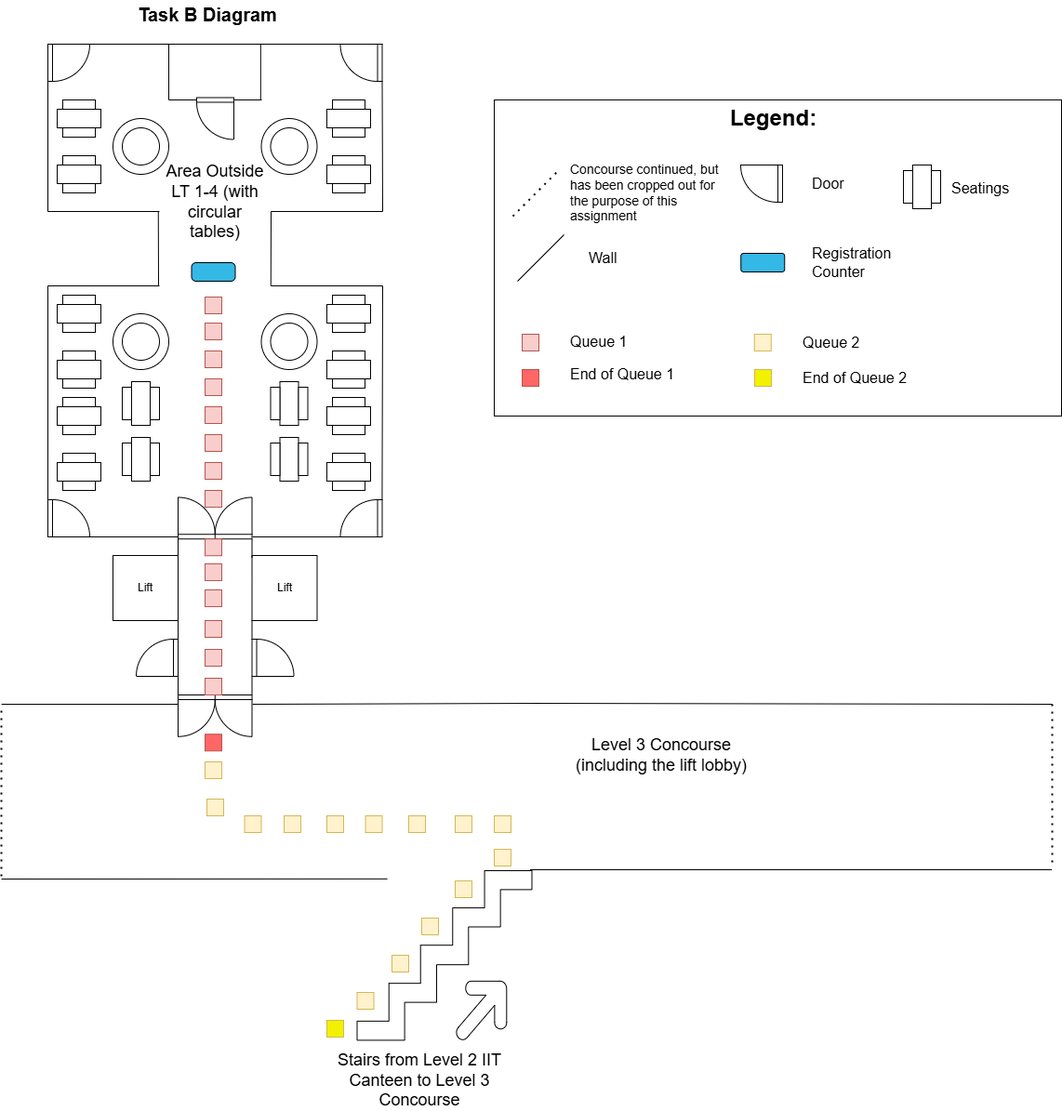
The draw.io diagram DSAG Assignment Task B Daniella.drawio.png in Troaxx/DSAGAssignment1, before a commit. Source tidied: cells renumbered, new cells last; positions are measured from the earlier drawing's top-left corner, leaving out a move shared by most shapes.
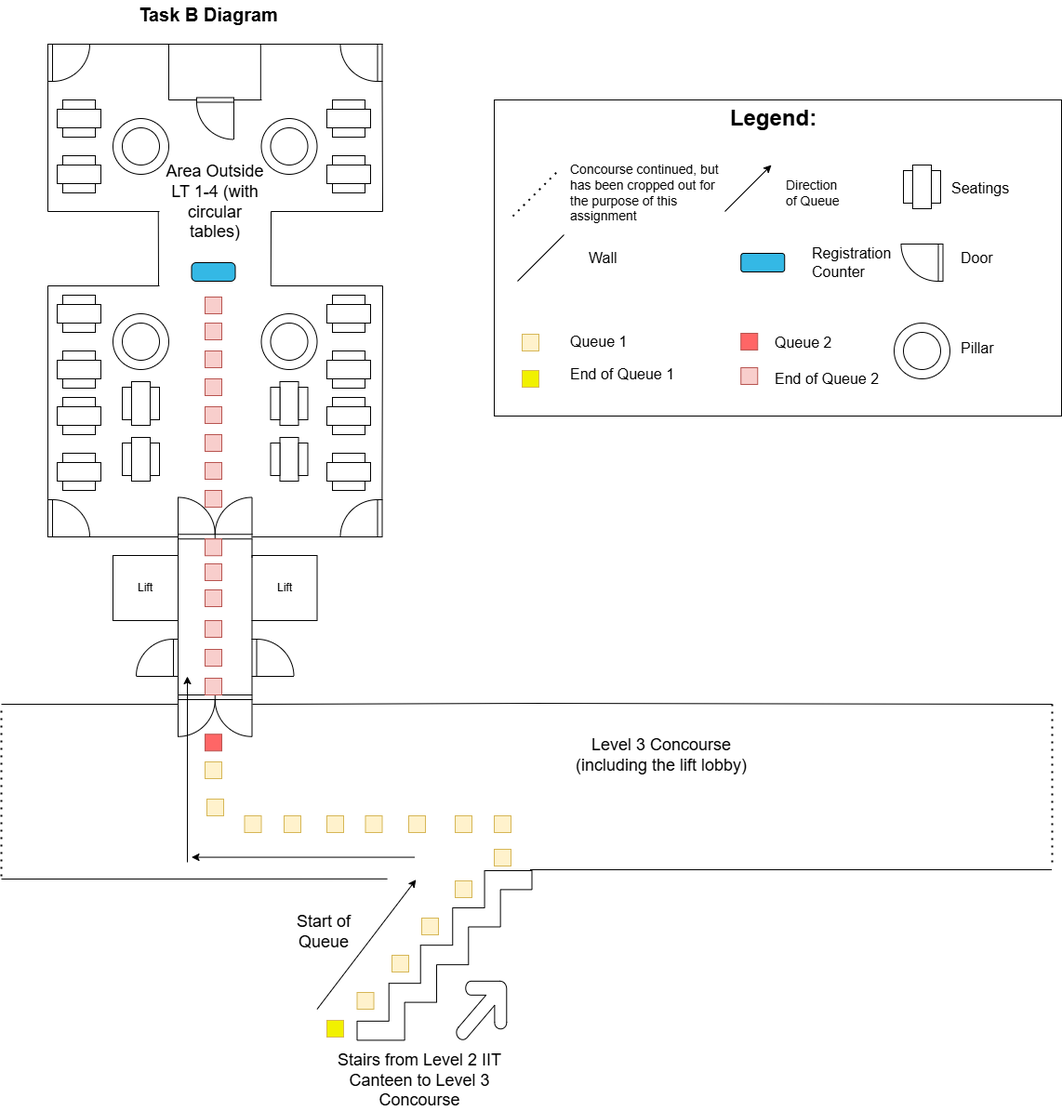
The same file after the commit.

The edit, as a diff of the source:
```diff
@@ -5,9 +5,6 @@
     <mxCell id="2" style="rounded=0;whiteSpace=wrap;html=1;fillColor=none;" parent="1" vertex="1">
       <mxGeometry x="530" y="107" width="610" height="340" as="geometry" />
     </mxCell>
-    <mxCell id="3" style="ellipse;whiteSpace=wrap;html=1;" parent="1" vertex="1">
-      <mxGeometry x="279.5" y="337" width="60" height="60" as="geometry" />
-    </mxCell>
     <mxCell id="4" style="ellipse;whiteSpace=wrap;html=1;" parent="1" vertex="1">
       <mxGeometry x="120" y="337" width="60" height="60" as="geometry" />
     </mxCell>
@@ -20,9 +17,6 @@
     <mxCell id="7" style="ellipse;whiteSpace=wrap;html=1;" parent="1" vertex="1">
       <mxGeometry x="130" y="347" width="40" height="40" as="geometry" />
     </mxCell>
-    <mxCell id="8" style="ellipse;whiteSpace=wrap;html=1;" parent="1" vertex="1">
-      <mxGeometry x="289.5" y="347" width="40" height="40" as="geometry" />
-    </mxCell>
     <mxCell id="9" style="endArrow=none;html=1;rounded=0;" parent="1" edge="1">
       <mxGeometry relative="1" as="geometry">
         <mxPoint x="50" y="47" as="sourcePoint" />
@@ -388,10 +382,10 @@
       <mxGeometry x="630" y="262" width="60" height="30" as="geometry" />
     </mxCell>
     <mxCell id="102" style="verticalLabelPosition=bottom;html=1;verticalAlign=top;align=center;shape=mxgraph.floorplan.doorRight;direction=south;flipH=0;flipV=1;" parent="1" vertex="1">
-      <mxGeometry x="797.5" y="177" width="42.5" height="40" as="geometry" />
+      <mxGeometry x="970" y="262" width="42.5" height="40" as="geometry" />
     </mxCell>
     <mxCell id="103" value="&lt;font style=&quot;font-size: 16px;&quot;&gt;Door&lt;/font&gt;" style="text;html=1;align=left;verticalAlign=middle;whiteSpace=wrap;rounded=0;" parent="1" vertex="1">
-      <mxGeometry x="870" y="182" width="60" height="30" as="geometry" />
+      <mxGeometry x="1030" y="262" width="60" height="30" as="geometry" />
     </mxCell>
     <mxCell id="104" value="&lt;font style=&quot;font-size: 16px;&quot;&gt;Seatings&lt;/font&gt;" style="text;html=1;align=left;verticalAlign=middle;whiteSpace=wrap;rounded=0;" parent="1" vertex="1">
       <mxGeometry x="1020" y="187" width="60" height="30" as="geometry" />
@@ -493,16 +487,16 @@
       <mxGeometry x="221" y="859" width="18" height="18" as="geometry" />
     </mxCell>
     <mxCell id="136" style="whiteSpace=wrap;html=1;fillColor=#f8cecc;strokeColor=#b85450;" parent="1" vertex="1">
-      <mxGeometry x="560" y="359" width="18" height="18" as="geometry" />
+      <mxGeometry x="795.2" y="395" width="18" height="18" as="geometry" />
     </mxCell>
     <mxCell id="137" value="&lt;font style=&quot;font-size: 16px;&quot;&gt;Queue 1&lt;/font&gt;" style="text;html=1;align=left;verticalAlign=middle;whiteSpace=wrap;rounded=0;" parent="1" vertex="1">
       <mxGeometry x="610" y="352" width="70" height="30" as="geometry" />
     </mxCell>
     <mxCell id="138" style="whiteSpace=wrap;html=1;fillColor=#fff2cc;strokeColor=#d6b656;" parent="1" vertex="1">
-      <mxGeometry x="809.8" y="359" width="18" height="18" as="geometry" />
+      <mxGeometry x="560" y="359" width="18" height="18" as="geometry" />
     </mxCell>
     <mxCell id="139" value="&lt;font style=&quot;font-size: 16px;&quot;&gt;Queue 2&lt;/font&gt;" style="text;html=1;align=left;verticalAlign=middle;whiteSpace=wrap;rounded=0;" parent="1" vertex="1">
-      <mxGeometry x="860.5" y="353" width="69.5" height="30" as="geometry" />
+      <mxGeometry x="830" y="353" width="69.5" height="30" as="geometry" />
     </mxCell>
     <mxCell id="140" style="rounded=1;whiteSpace=wrap;html=1;fillColor=light-dark(#34b8e5, #005312);" parent="1" vertex="1">
       <mxGeometry x="795.2" y="272" width="47" height="20" as="geometry" />
@@ -514,16 +508,16 @@
       <mxGeometry x="204.5" y="282" width="47" height="20" as="geometry" />
     </mxCell>
     <mxCell id="143" style="whiteSpace=wrap;html=1;fillColor=#FF6666;strokeColor=#b85450;" parent="1" vertex="1">
-      <mxGeometry x="560" y="397" width="18" height="18" as="geometry" />
+      <mxGeometry x="795.2" y="358" width="18" height="18" as="geometry" />
     </mxCell>
     <mxCell id="144" value="&lt;font style=&quot;font-size: 16px;&quot;&gt;End of Queue 1&lt;/font&gt;" style="text;html=1;align=left;verticalAlign=middle;whiteSpace=wrap;rounded=0;" parent="1" vertex="1">
       <mxGeometry x="610" y="387" width="120" height="30" as="geometry" />
     </mxCell>
     <mxCell id="145" style="whiteSpace=wrap;html=1;fillColor=#F1F100;strokeColor=#d6b656;" parent="1" vertex="1">
-      <mxGeometry x="810" y="397" width="18" height="18" as="geometry" />
+      <mxGeometry x="560" y="398" width="18" height="18" as="geometry" />
     </mxCell>
     <mxCell id="146" value="&lt;font style=&quot;font-size: 16px;&quot;&gt;End of Queue 2&lt;/font&gt;" style="text;html=1;align=left;verticalAlign=middle;whiteSpace=wrap;rounded=0;" parent="1" vertex="1">
-      <mxGeometry x="860.5" y="391" width="120" height="30" as="geometry" />
+      <mxGeometry x="830" y="392" width="120" height="30" as="geometry" />
     </mxCell>
     <mxCell id="147" style="whiteSpace=wrap;html=1;fillColor=#FF6666;strokeColor=#b85450;" parent="1" vertex="1">
       <mxGeometry x="219" y="789.2" width="18" height="18" as="geometry" />
@@ -558,5 +552,56 @@
     <mxCell id="156" value="Task B Diagram" style="text;html=1;align=center;verticalAlign=middle;whiteSpace=wrap;rounded=0;fontSize=20;fontStyle=1;" parent="1" vertex="1">
       <mxGeometry x="145.5" width="154" height="30" as="geometry" />
     </mxCell>
+    <mxCell id="157" style="endArrow=classic;html=1;rounded=0;entryX=0.244;entryY=0.009;entryDx=0;entryDy=0;entryPerimeter=0;" parent="1" edge="1">
+      <mxGeometry relative="1" as="geometry">
+        <mxPoint x="339.5" y="1085" as="sourcePoint" />
+        <mxPoint x="445.9" y="945.7" as="targetPoint" />
+      </mxGeometry>
+    </mxCell>
+    <mxCell id="158" style="endArrow=classic;html=1;rounded=0;" parent="1" edge="1">
+      <mxGeometry relative="1" as="geometry">
+        <mxPoint x="778" y="227" as="sourcePoint" />
+        <mxPoint x="828" y="177" as="targetPoint" />
+      </mxGeometry>
+    </mxCell>
+    <mxCell id="159" value="&lt;font style=&quot;font-size: 14px;&quot;&gt;Direction of Queue&lt;/font&gt;" style="text;html=1;align=left;verticalAlign=middle;whiteSpace=wrap;rounded=0;" parent="1" vertex="1">
+      <mxGeometry x="842.2" y="182" width="72" height="50" as="geometry" />
+    </mxCell>
+    <mxCell id="160" style="endArrow=classic;html=1;rounded=0;" parent="1" edge="1">
+      <mxGeometry relative="1" as="geometry">
+        <mxPoint x="444.5" y="921.6" as="sourcePoint" />
+        <mxPoint x="204.5" y="921.6" as="targetPoint" />
+      </mxGeometry>
+    </mxCell>
+    <mxCell id="161" style="endArrow=classic;html=1;rounded=0;" parent="1" edge="1">
+      <mxGeometry relative="1" as="geometry">
+        <mxPoint x="200" y="927" as="sourcePoint" />
+        <mxPoint x="200" y="727" as="targetPoint" />
+      </mxGeometry>
+    </mxCell>
+    <mxCell id="162" value="&lt;font style=&quot;font-size: 18px;&quot;&gt;Start of Queue&lt;/font&gt;" style="text;html=1;align=center;verticalAlign=middle;whiteSpace=wrap;rounded=0;" parent="1" vertex="1">
+      <mxGeometry x="303" y="987" width="88" height="30" as="geometry" />
+    </mxCell>
+    <mxCell id="163" style="group;" parent="1" vertex="1">
+      <mxGeometry x="279.5" y="337" width="60" height="60" as="geometry" />
+    </mxCell>
+    <mxCell id="3" style="ellipse;whiteSpace=wrap;html=1;" parent="163" vertex="1">
+      <mxGeometry width="60" height="60" as="geometry" />
+    </mxCell>
+    <mxCell id="8" style="ellipse;whiteSpace=wrap;html=1;" parent="163" vertex="1">
+      <mxGeometry x="10" y="10" width="40" height="40" as="geometry" />
+    </mxCell>
+    <mxCell id="164" style="group;" parent="1" vertex="1">
+      <mxGeometry x="960" y="347" width="60" height="60" as="geometry" />
+    </mxCell>
+    <mxCell id="165" style="ellipse;whiteSpace=wrap;html=1;" parent="164" vertex="1">
+      <mxGeometry width="60" height="60" as="geometry" />
+    </mxCell>
+    <mxCell id="166" style="ellipse;whiteSpace=wrap;html=1;" parent="164" vertex="1">
+      <mxGeometry x="10" y="10" width="40" height="40" as="geometry" />
+    </mxCell>
+    <mxCell id="167" value="&lt;font style=&quot;font-size: 16px;&quot;&gt;Pillar&lt;/font&gt;" style="text;html=1;align=left;verticalAlign=middle;whiteSpace=wrap;rounded=0;" parent="1" vertex="1">
+      <mxGeometry x="1030" y="359" width="60" height="30" as="geometry" />
+    </mxCell>
   </root>
 </mxGraphModel>
```
